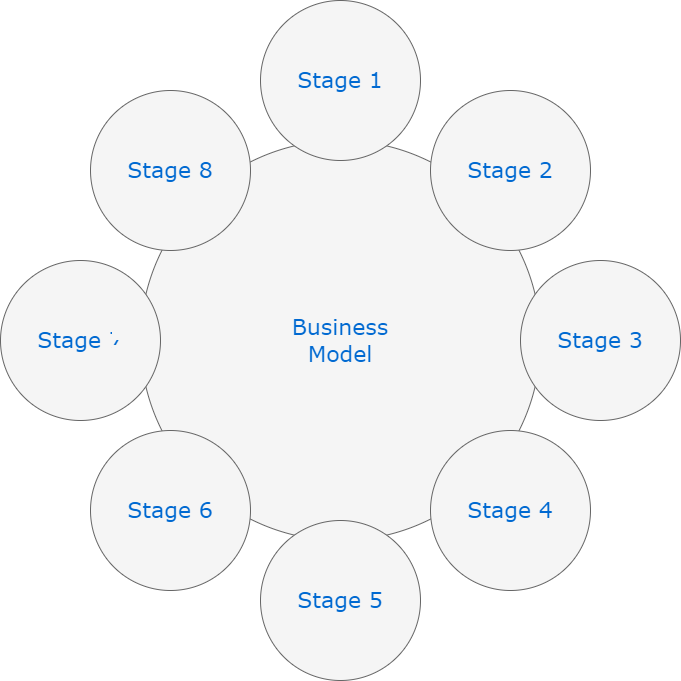
Above: 2_Architecture/Usercase Diagram.drawio.png in suriyapalanisamy/M1_Contact_Management_System (draw.io), before the change. Source tidied: cells renumbered, new cells last; positions are measured from the earlier drawing's top-left corner, leaving out a move shared by most shapes. Source of this version:
```xml
<mxGraphModel>
  <root>
    <mxCell id="0" />
    <mxCell id="1" parent="0" />
    <mxCell id="2" value="Business&lt;div&gt;Model&lt;/div&gt;" style="ellipse;whiteSpace=wrap;html=1;rounded=0;shadow=0;dashed=0;comic=0;fontFamily=Verdana;fontSize=22;fontColor=#0069D1;fillColor=#f5f5f5;strokeColor=#666666;" parent="1" vertex="1">
      <mxGeometry x="140" y="140" width="400" height="400" as="geometry" />
    </mxCell>
    <mxCell id="3" value="Stage 1" style="ellipse;whiteSpace=wrap;html=1;rounded=0;shadow=0;dashed=0;comic=0;fontFamily=Verdana;fontSize=22;fontColor=#0069D1;fillColor=#f5f5f5;strokeColor=#666666;" parent="1" vertex="1">
      <mxGeometry x="260" width="160" height="160" as="geometry" />
    </mxCell>
    <mxCell id="4" value="Stage 5" style="ellipse;whiteSpace=wrap;html=1;rounded=0;shadow=0;dashed=0;comic=0;fontFamily=Verdana;fontSize=22;fontColor=#0069D1;fillColor=#f5f5f5;strokeColor=#666666;" parent="1" vertex="1">
      <mxGeometry x="260" y="520" width="160" height="160" as="geometry" />
    </mxCell>
    <mxCell id="5" value="Stage 3" style="ellipse;whiteSpace=wrap;html=1;rounded=0;shadow=0;dashed=0;comic=0;fontFamily=Verdana;fontSize=22;fontColor=#0069D1;fillColor=#f5f5f5;strokeColor=#666666;" parent="1" vertex="1">
      <mxGeometry x="520" y="260" width="160" height="160" as="geometry" />
    </mxCell>
    <mxCell id="6" value="Stage 7" style="ellipse;whiteSpace=wrap;html=1;rounded=0;shadow=0;dashed=0;comic=0;fontFamily=Verdana;fontSize=22;fontColor=#0069D1;fillColor=#f5f5f5;strokeColor=#666666;" parent="1" vertex="1">
      <mxGeometry y="260" width="160" height="160" as="geometry" />
    </mxCell>
    <mxCell id="7" value="Stage 8" style="ellipse;whiteSpace=wrap;html=1;rounded=0;shadow=0;dashed=0;comic=0;fontFamily=Verdana;fontSize=22;fontColor=#0069D1;fillColor=#f5f5f5;strokeColor=#666666;" parent="1" vertex="1">
      <mxGeometry x="90" y="90" width="160" height="160" as="geometry" />
    </mxCell>
    <mxCell id="8" value="Stage 2" style="ellipse;whiteSpace=wrap;html=1;rounded=0;shadow=0;dashed=0;comic=0;fontFamily=Verdana;fontSize=22;fontColor=#0069D1;fillColor=#f5f5f5;strokeColor=#666666;" parent="1" vertex="1">
      <mxGeometry x="430" y="90" width="160" height="160" as="geometry" />
    </mxCell>
    <mxCell id="9" value="Stage 4" style="ellipse;whiteSpace=wrap;html=1;rounded=0;shadow=0;dashed=0;comic=0;fontFamily=Verdana;fontSize=22;fontColor=#0069D1;fillColor=#f5f5f5;strokeColor=#666666;" parent="1" vertex="1">
      <mxGeometry x="430" y="430" width="160" height="160" as="geometry" />
    </mxCell>
    <mxCell id="10" value="Stage 6" style="ellipse;whiteSpace=wrap;html=1;rounded=0;shadow=0;dashed=0;comic=0;fontFamily=Verdana;fontSize=22;fontColor=#0069D1;fillColor=#f5f5f5;strokeColor=#666666;" parent="1" vertex="1">
      <mxGeometry x="90" y="430" width="160" height="160" as="geometry" />
    </mxCell>
  </root>
</mxGraphModel>
```
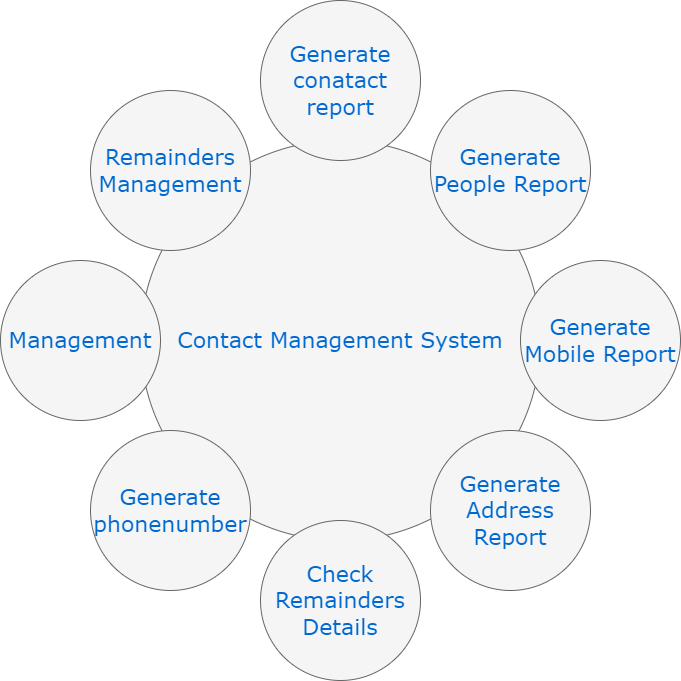
The same diagram one commit later.

The edit, as a diff of the source:
```diff
@@ -2,31 +2,31 @@
   <root>
     <mxCell id="0" />
     <mxCell id="1" parent="0" />
-    <mxCell id="2" value="Business&lt;div&gt;Model&lt;/div&gt;" style="ellipse;whiteSpace=wrap;html=1;rounded=0;shadow=0;dashed=0;comic=0;fontFamily=Verdana;fontSize=22;fontColor=#0069D1;fillColor=#f5f5f5;strokeColor=#666666;" parent="1" vertex="1">
+    <mxCell id="2" value="Contact Management System" style="ellipse;whiteSpace=wrap;html=1;rounded=0;shadow=0;dashed=0;comic=0;fontFamily=Verdana;fontSize=22;fontColor=#0069D1;fillColor=#f5f5f5;strokeColor=#666666;" parent="1" vertex="1">
       <mxGeometry x="140" y="140" width="400" height="400" as="geometry" />
     </mxCell>
-    <mxCell id="3" value="Stage 1" style="ellipse;whiteSpace=wrap;html=1;rounded=0;shadow=0;dashed=0;comic=0;fontFamily=Verdana;fontSize=22;fontColor=#0069D1;fillColor=#f5f5f5;strokeColor=#666666;" parent="1" vertex="1">
+    <mxCell id="3" value="Generate conatact report" style="ellipse;whiteSpace=wrap;html=1;rounded=0;shadow=0;dashed=0;comic=0;fontFamily=Verdana;fontSize=22;fontColor=#0069D1;fillColor=#f5f5f5;strokeColor=#666666;" parent="1" vertex="1">
       <mxGeometry x="260" width="160" height="160" as="geometry" />
     </mxCell>
-    <mxCell id="4" value="Stage 5" style="ellipse;whiteSpace=wrap;html=1;rounded=0;shadow=0;dashed=0;comic=0;fontFamily=Verdana;fontSize=22;fontColor=#0069D1;fillColor=#f5f5f5;strokeColor=#666666;" parent="1" vertex="1">
+    <mxCell id="4" value="Check Remainders Details&lt;br&gt;" style="ellipse;whiteSpace=wrap;html=1;rounded=0;shadow=0;dashed=0;comic=0;fontFamily=Verdana;fontSize=22;fontColor=#0069D1;fillColor=#f5f5f5;strokeColor=#666666;" parent="1" vertex="1">
       <mxGeometry x="260" y="520" width="160" height="160" as="geometry" />
     </mxCell>
-    <mxCell id="5" value="Stage 3" style="ellipse;whiteSpace=wrap;html=1;rounded=0;shadow=0;dashed=0;comic=0;fontFamily=Verdana;fontSize=22;fontColor=#0069D1;fillColor=#f5f5f5;strokeColor=#666666;" parent="1" vertex="1">
+    <mxCell id="5" value="Generate Mobile Report" style="ellipse;whiteSpace=wrap;html=1;rounded=0;shadow=0;dashed=0;comic=0;fontFamily=Verdana;fontSize=22;fontColor=#0069D1;fillColor=#f5f5f5;strokeColor=#666666;" parent="1" vertex="1">
       <mxGeometry x="520" y="260" width="160" height="160" as="geometry" />
     </mxCell>
-    <mxCell id="6" value="Stage 7" style="ellipse;whiteSpace=wrap;html=1;rounded=0;shadow=0;dashed=0;comic=0;fontFamily=Verdana;fontSize=22;fontColor=#0069D1;fillColor=#f5f5f5;strokeColor=#666666;" parent="1" vertex="1">
+    <mxCell id="6" value="Management" style="ellipse;whiteSpace=wrap;html=1;rounded=0;shadow=0;dashed=0;comic=0;fontFamily=Verdana;fontSize=22;fontColor=#0069D1;fillColor=#f5f5f5;strokeColor=#666666;" parent="1" vertex="1">
       <mxGeometry y="260" width="160" height="160" as="geometry" />
     </mxCell>
-    <mxCell id="7" value="Stage 8" style="ellipse;whiteSpace=wrap;html=1;rounded=0;shadow=0;dashed=0;comic=0;fontFamily=Verdana;fontSize=22;fontColor=#0069D1;fillColor=#f5f5f5;strokeColor=#666666;" parent="1" vertex="1">
+    <mxCell id="7" value="Remainders Management" style="ellipse;whiteSpace=wrap;html=1;rounded=0;shadow=0;dashed=0;comic=0;fontFamily=Verdana;fontSize=22;fontColor=#0069D1;fillColor=#f5f5f5;strokeColor=#666666;" parent="1" vertex="1">
       <mxGeometry x="90" y="90" width="160" height="160" as="geometry" />
     </mxCell>
-    <mxCell id="8" value="Stage 2" style="ellipse;whiteSpace=wrap;html=1;rounded=0;shadow=0;dashed=0;comic=0;fontFamily=Verdana;fontSize=22;fontColor=#0069D1;fillColor=#f5f5f5;strokeColor=#666666;" parent="1" vertex="1">
+    <mxCell id="8" value="Generate People Report" style="ellipse;whiteSpace=wrap;html=1;rounded=0;shadow=0;dashed=0;comic=0;fontFamily=Verdana;fontSize=22;fontColor=#0069D1;fillColor=#f5f5f5;strokeColor=#666666;" parent="1" vertex="1">
       <mxGeometry x="430" y="90" width="160" height="160" as="geometry" />
     </mxCell>
-    <mxCell id="9" value="Stage 4" style="ellipse;whiteSpace=wrap;html=1;rounded=0;shadow=0;dashed=0;comic=0;fontFamily=Verdana;fontSize=22;fontColor=#0069D1;fillColor=#f5f5f5;strokeColor=#666666;" parent="1" vertex="1">
+    <mxCell id="9" value="Generate Address Report" style="ellipse;whiteSpace=wrap;html=1;rounded=0;shadow=0;dashed=0;comic=0;fontFamily=Verdana;fontSize=22;fontColor=#0069D1;fillColor=#f5f5f5;strokeColor=#666666;" parent="1" vertex="1">
       <mxGeometry x="430" y="430" width="160" height="160" as="geometry" />
     </mxCell>
-    <mxCell id="10" value="Stage 6" style="ellipse;whiteSpace=wrap;html=1;rounded=0;shadow=0;dashed=0;comic=0;fontFamily=Verdana;fontSize=22;fontColor=#0069D1;fillColor=#f5f5f5;strokeColor=#666666;" parent="1" vertex="1">
+    <mxCell id="10" value="Generate phonenumber" style="ellipse;whiteSpace=wrap;html=1;rounded=0;shadow=0;dashed=0;comic=0;fontFamily=Verdana;fontSize=22;fontColor=#0069D1;fillColor=#f5f5f5;strokeColor=#666666;" parent="1" vertex="1">
       <mxGeometry x="90" y="430" width="160" height="160" as="geometry" />
     </mxCell>
   </root>
```
